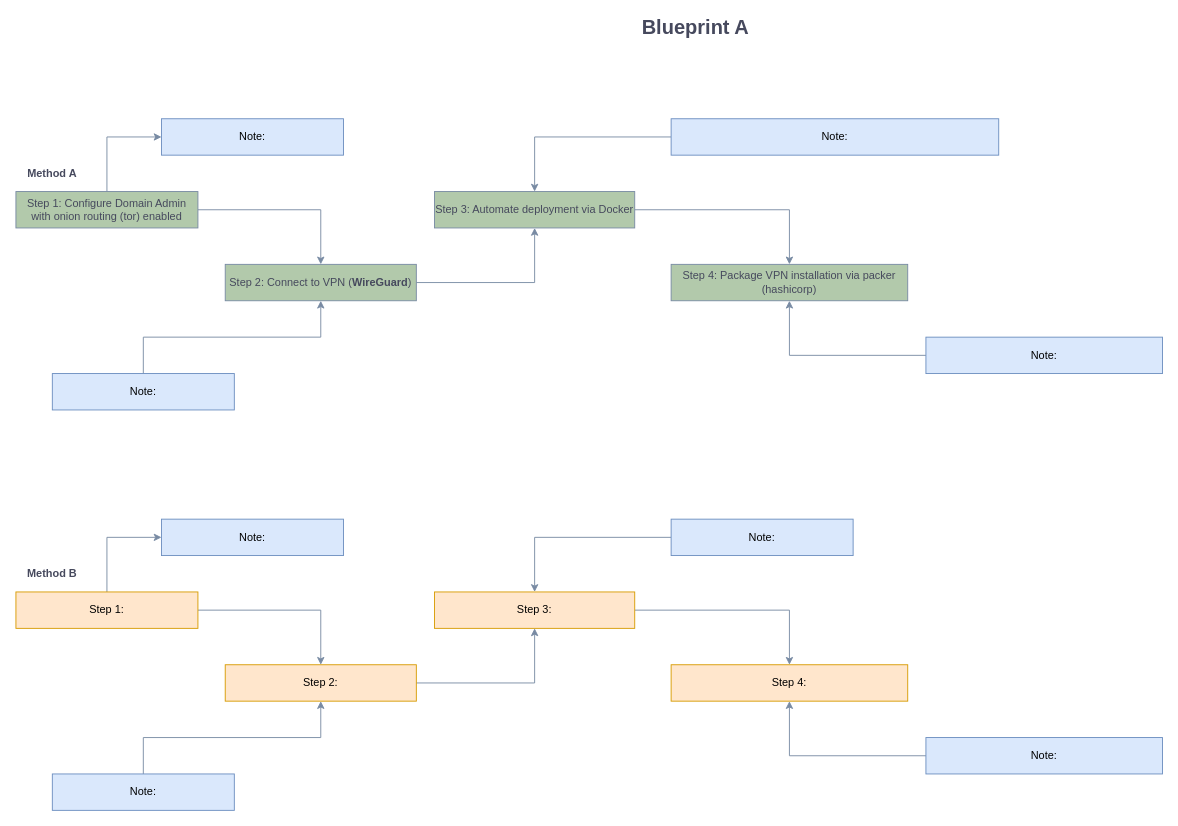
Before: demo.drawio in ycaedes/diagram, a draw.io diagram. Source tidied: cells renumbered, new cells numbered last; positions are measured from the earlier drawing's top-left corner, leaving out a move shared by most shapes. Both pictures are drawn from the tidied source at 91%, with x=0, y=0 at pixel (15, 18).
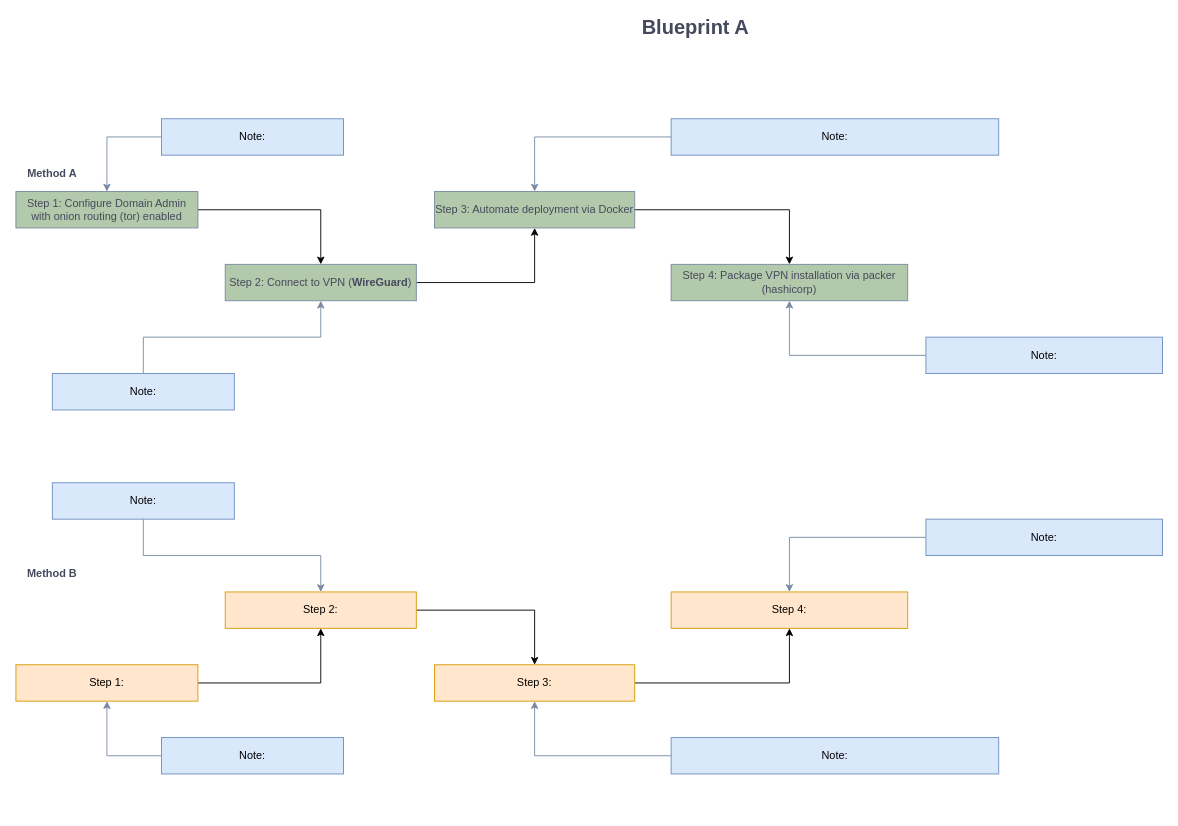
The same diagram, later.

The change refers to these unchanged cells:
```xml
<mxCell id="4" value="&lt;div&gt;Step 1: Configure Domain Admin&lt;/div&gt;&lt;div&gt;with onion routing (tor) enabled&lt;/div&gt;" style="whiteSpace=wrap;html=1;fontSize=12;glass=0;strokeWidth=1;shadow=0;fillColor=#B2C9AB;strokeColor=#788AA3;fontColor=#46495D;" parent="1" vertex="1">
  <mxGeometry y="190" width="200" height="40" as="geometry" />
</mxCell>
<mxCell id="5" value="Step 4: Package VPN installation via packer (hashicorp)" style="whiteSpace=wrap;html=1;fontSize=12;glass=0;strokeWidth=1;shadow=0;fillColor=#B2C9AB;strokeColor=#788AA3;fontColor=#46495D;" parent="1" vertex="1">
  <mxGeometry x="720" y="270" width="260" height="40" as="geometry" />
</mxCell>
<mxCell id="8" value="Step 2: Connect to VPN (&lt;b&gt;WireGuard&lt;/b&gt;)" style="rounded=0;whiteSpace=wrap;html=1;sketch=0;strokeColor=#788AA3;fillColor=#B2C9AB;fontSize=12;fontColor=#46495D;" parent="1" vertex="1">
  <mxGeometry x="230" y="270" width="210" height="40" as="geometry" />
</mxCell>
<mxCell id="10" value="&lt;font face=&quot;Helvetica&quot;&gt;Step 3: Automate deployment via Docker&lt;/font&gt;" style="rounded=0;whiteSpace=wrap;html=1;sketch=0;strokeColor=#788AA3;fillColor=#B2C9AB;fontSize=12;fontColor=#46495D;" parent="1" vertex="1">
  <mxGeometry x="460" y="190" width="220" height="40" as="geometry" />
</mxCell>
<mxCell id="12" value="Note:" style="whiteSpace=wrap;html=1;fontSize=12;glass=0;strokeWidth=1;shadow=0;fillColor=#dae8fc;strokeColor=#6c8ebf;" parent="1" vertex="1">
  <mxGeometry x="160" y="110" width="200" height="40" as="geometry" />
</mxCell>
<mxCell id="16" value="Note:" style="rounded=0;whiteSpace=wrap;html=1;sketch=0;strokeColor=#6c8ebf;fillColor=#dae8fc;fontSize=12;" parent="1" vertex="1">
  <mxGeometry x="720" y="110" width="360" height="40" as="geometry" />
</mxCell>
```

Diff of the diagram source:
```diff
@@
-    <mxCell id="2" style="edgeStyle=orthogonalEdgeStyle;rounded=0;sketch=0;jettySize=auto;html=1;exitX=1;exitY=0.5;exitDx=0;exitDy=0;endArrow=classic;endFill=1;endSize=6;strokeColor=#788AA3;fontSize=12;fontColor=#46495D;" parent="1" edge="1" source="4" target="8">
+    <mxCell id="2" style="edgeStyle=orthogonalEdgeStyle;rounded=0;sketch=0;jettySize=auto;html=1;exitX=1;exitY=0.5;exitDx=0;exitDy=0;endArrow=classic;endFill=1;endSize=6;fontSize=12;fontColor=#46495D;" parent="1" edge="1" source="4" target="8">
       <mxGeometry relative="1" as="geometry" />
     </mxCell>
-    <mxCell id="3" style="edgeStyle=orthogonalEdgeStyle;rounded=0;sketch=0;jettySize=auto;html=1;exitX=0.5;exitY=0;exitDx=0;exitDy=0;entryX=0;entryY=0.5;entryDx=0;entryDy=0;strokeColor=#788AA3;fillColor=#B2C9AB;fontColor=#46495D;" parent="1" edge="1" source="4" target="12">
-      <mxGeometry relative="1" as="geometry" />
-    </mxCell>
@@
-    <mxCell id="7" style="edgeStyle=orthogonalEdgeStyle;rounded=0;sketch=0;jettySize=auto;html=1;exitX=1;exitY=0.5;exitDx=0;exitDy=0;endArrow=classic;endFill=1;endSize=6;strokeColor=#788AA3;fontSize=12;fontColor=#46495D;" parent="1" edge="1" source="8" target="10">
+    <mxCell id="7" style="edgeStyle=orthogonalEdgeStyle;rounded=0;sketch=0;jettySize=auto;html=1;exitX=1;exitY=0.5;exitDx=0;exitDy=0;endArrow=classic;endFill=1;endSize=6;fontSize=12;fontColor=#46495D;" parent="1" edge="1" source="8" target="10">
       <mxGeometry relative="1" as="geometry" />
     </mxCell>
@@
-    <mxCell id="9" style="edgeStyle=orthogonalEdgeStyle;rounded=0;sketch=0;jettySize=auto;html=1;exitX=1;exitY=0.5;exitDx=0;exitDy=0;endArrow=classic;endFill=1;endSize=6;strokeColor=#788AA3;fontSize=12;fontColor=#46495D;" parent="1" edge="1" source="10" target="5">
+    <mxCell id="9" style="edgeStyle=orthogonalEdgeStyle;rounded=0;sketch=0;jettySize=auto;html=1;exitX=1;exitY=0.5;exitDx=0;exitDy=0;endArrow=classic;endFill=1;endSize=6;fontSize=12;fontColor=#46495D;" parent="1" edge="1" source="10" target="5">
       <mxGeometry relative="1" as="geometry" />
     </mxCell>
@@
+    <mxCell id="35" style="edgeStyle=orthogonalEdgeStyle;rounded=0;jettySize=auto;html=1;exitX=0;exitY=0.5;exitDx=0;exitDy=0;strokeColor=#788aa3;" parent="1" edge="1" source="12" target="4">
+      <mxGeometry relative="1" as="geometry" />
+    </mxCell>
@@
-    <mxCell id="15" style="edgeStyle=orthogonalEdgeStyle;rounded=0;sketch=0;jettySize=auto;html=1;strokeColor=#788AA3;fillColor=#B2C9AB;fontColor=#46495D;" parent="1" edge="1" source="16" target="10">
+    <mxCell id="15" style="edgeStyle=orthogonalEdgeStyle;rounded=0;sketch=0;jettySize=auto;html=1;fillColor=#B2C9AB;fontColor=#46495D;strokeColor=#788AA3;" parent="1" edge="1" source="16" target="10">
       <mxGeometry relative="1" as="geometry" />
     </mxCell>
@@
-    <mxCell id="19" style="edgeStyle=orthogonalEdgeStyle;rounded=0;sketch=0;jettySize=auto;html=1;exitX=1;exitY=0.5;exitDx=0;exitDy=0;endArrow=classic;endFill=1;endSize=6;strokeColor=#788AA3;fontSize=12;fontColor=#46495D;" parent="1" edge="1" source="21" target="24">
+    <mxCell id="19" style="edgeStyle=orthogonalEdgeStyle;rounded=0;jettySize=auto;html=1;exitX=1;exitY=0.5;exitDx=0;exitDy=0;" parent="1" edge="1" source="21" target="24">
       <mxGeometry relative="1" as="geometry" />
     </mxCell>
-    <mxCell id="20" style="edgeStyle=orthogonalEdgeStyle;rounded=0;sketch=0;jettySize=auto;html=1;exitX=0.5;exitY=0;exitDx=0;exitDy=0;entryX=0;entryY=0.5;entryDx=0;entryDy=0;strokeColor=#788AA3;fillColor=#B2C9AB;fontColor=#46495D;" parent="1" edge="1" source="21" target="28">
-      <mxGeometry relative="1" as="geometry" />
-    </mxCell>
     <mxCell id="21" value="Step 1:" style="whiteSpace=wrap;html=1;fontSize=12;glass=0;strokeWidth=1;shadow=0;fillColor=#ffe6cc;strokeColor=#d79b00;" parent="1" vertex="1">
-      <mxGeometry y="630" width="200" height="40" as="geometry" />
+      <mxGeometry y="710" width="200" height="40" as="geometry" />
     </mxCell>
     <mxCell id="22" value="Step 4:" style="whiteSpace=wrap;html=1;fontSize=12;glass=0;strokeWidth=1;shadow=0;fillColor=#ffe6cc;strokeColor=#d79b00;" parent="1" vertex="1">
-      <mxGeometry x="720" y="710" width="260" height="40" as="geometry" />
+      <mxGeometry x="720" y="630" width="260" height="40" as="geometry" />
     </mxCell>
-    <mxCell id="23" style="edgeStyle=orthogonalEdgeStyle;rounded=0;sketch=0;jettySize=auto;html=1;exitX=1;exitY=0.5;exitDx=0;exitDy=0;endArrow=classic;endFill=1;endSize=6;strokeColor=#788AA3;fontSize=12;fontColor=#46495D;" parent="1" edge="1" source="24" target="26">
+    <mxCell id="23" style="edgeStyle=orthogonalEdgeStyle;rounded=0;sketch=0;jettySize=auto;html=1;exitX=1;exitY=0.5;exitDx=0;exitDy=0;endArrow=classic;endFill=1;endSize=6;fontSize=12;fontColor=#46495D;" parent="1" edge="1" source="24" target="26">
       <mxGeometry relative="1" as="geometry" />
     </mxCell>
     <mxCell id="24" value="Step 2:" style="rounded=0;whiteSpace=wrap;html=1;sketch=0;strokeColor=#d79b00;fillColor=#ffe6cc;fontSize=12;" parent="1" vertex="1">
-      <mxGeometry x="230" y="710" width="210" height="40" as="geometry" />
+      <mxGeometry x="230" y="630" width="210" height="40" as="geometry" />
     </mxCell>
-    <mxCell id="25" style="edgeStyle=orthogonalEdgeStyle;rounded=0;sketch=0;jettySize=auto;html=1;exitX=1;exitY=0.5;exitDx=0;exitDy=0;endArrow=classic;endFill=1;endSize=6;strokeColor=#788AA3;fontSize=12;fontColor=#46495D;" parent="1" edge="1" source="26" target="22">
+    <mxCell id="25" style="edgeStyle=orthogonalEdgeStyle;rounded=0;jettySize=auto;html=1;exitX=1;exitY=0.5;exitDx=0;exitDy=0;entryX=0.5;entryY=1;entryDx=0;entryDy=0;" parent="1" edge="1" source="26" target="22">
       <mxGeometry relative="1" as="geometry" />
     </mxCell>
     <mxCell id="26" value="Step 3:" style="rounded=0;whiteSpace=wrap;html=1;sketch=0;strokeColor=#d79b00;fillColor=#ffe6cc;fontSize=12;" parent="1" vertex="1">
-      <mxGeometry x="460" y="630" width="220" height="40" as="geometry" />
+      <mxGeometry x="460" y="710" width="220" height="40" as="geometry" />
     </mxCell>
@@
+    <mxCell id="36" style="edgeStyle=orthogonalEdgeStyle;rounded=0;jettySize=auto;html=1;exitX=0.5;exitY=1;exitDx=0;exitDy=0;entryX=0.5;entryY=0;entryDx=0;entryDy=0;strokeColor=#788AA3;" parent="1" edge="1" source="28" target="24">
+      <mxGeometry relative="1" as="geometry" />
+    </mxCell>
     <mxCell id="28" value="Note:" style="whiteSpace=wrap;html=1;fontSize=12;glass=0;strokeWidth=1;shadow=0;fillColor=#dae8fc;strokeColor=#6c8ebf;" parent="1" vertex="1">
-      <mxGeometry x="160" y="550" width="200" height="40" as="geometry" />
+      <mxGeometry x="40" y="510" width="200" height="40" as="geometry" />
     </mxCell>
-    <mxCell id="29" style="edgeStyle=orthogonalEdgeStyle;rounded=0;sketch=0;jettySize=auto;html=1;strokeColor=#788AA3;fillColor=#B2C9AB;fontColor=#46495D;" parent="1" edge="1" source="30" target="24">
-      <mxGeometry relative="1" as="geometry" />
-    </mxCell>
+    <mxCell id="37" style="edgeStyle=orthogonalEdgeStyle;rounded=0;jettySize=auto;html=1;exitX=0;exitY=0.5;exitDx=0;exitDy=0;strokeColor=#788AA3;" parent="1" edge="1" source="30" target="21">
+      <mxGeometry relative="1" as="geometry" />
+    </mxCell>
     <mxCell id="30" value="Note:" style="rounded=0;whiteSpace=wrap;html=1;sketch=0;strokeColor=#6c8ebf;fillColor=#dae8fc;fontSize=12;" parent="1" vertex="1">
-      <mxGeometry x="40" y="830" width="200" height="40" as="geometry" />
+      <mxGeometry x="160" y="790" width="200" height="40" as="geometry" />
     </mxCell>
-    <mxCell id="31" style="edgeStyle=orthogonalEdgeStyle;rounded=0;sketch=0;jettySize=auto;html=1;strokeColor=#788AA3;fillColor=#B2C9AB;fontColor=#46495D;" parent="1" edge="1" source="32" target="26">
+    <mxCell id="31" style="edgeStyle=orthogonalEdgeStyle;rounded=0;jettySize=auto;html=1;exitX=0;exitY=0.5;exitDx=0;exitDy=0;entryX=0.5;entryY=1;entryDx=0;entryDy=0;strokeColor=#788AA3;" parent="1" edge="1" source="32" target="26">
       <mxGeometry relative="1" as="geometry" />
     </mxCell>
     <mxCell id="32" value="Note:" style="rounded=0;whiteSpace=wrap;html=1;sketch=0;strokeColor=#6c8ebf;fillColor=#dae8fc;fontSize=12;" parent="1" vertex="1">
-      <mxGeometry x="720" y="550" width="200" height="40" as="geometry" />
+      <mxGeometry x="720" y="790" width="360" height="40" as="geometry" />
     </mxCell>
-    <mxCell id="33" style="edgeStyle=orthogonalEdgeStyle;rounded=0;sketch=0;jettySize=auto;html=1;strokeColor=#788AA3;fillColor=#B2C9AB;fontColor=#46495D;" parent="1" edge="1" source="34" target="22">
+    <mxCell id="33" style="edgeStyle=orthogonalEdgeStyle;rounded=0;jettySize=auto;html=1;entryX=0.5;entryY=0;entryDx=0;entryDy=0;strokeColor=#788AA3;" parent="1" edge="1" source="34" target="22">
       <mxGeometry relative="1" as="geometry" />
     </mxCell>
     <mxCell id="34" value="Note:" style="whiteSpace=wrap;html=1;fontSize=12;glass=0;strokeWidth=1;shadow=0;fillColor=#dae8fc;strokeColor=#6c8ebf;" parent="1" vertex="1">
-      <mxGeometry x="1000" y="790" width="260" height="40" as="geometry" />
+      <mxGeometry x="1000" y="550" width="260" height="40" as="geometry" />
     </mxCell>
```
